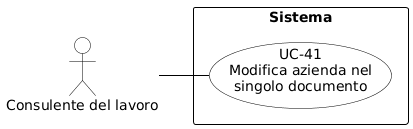
Earlier version of the PlantUML export RTB/Analisi dei Requisiti/diagrammi_use_case/UC-41.png (aLittleByte-19/Documentazione).
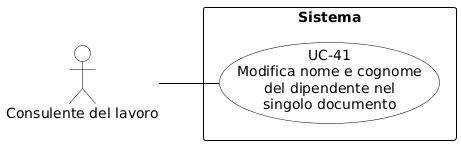
After the commit.

What changed in the source:
```diff
@@ -2,8 +2,6 @@
 skinparam shadowing false
 skinparam defaultFontName Arial
 left to right direction
-skinparam nodesep 15
-skinparam ranksep 50
 
 skinparam usecase {
     BackgroundColor white
@@ -19,11 +17,11 @@
     FontStyle bold
 }
 
-actor "Consulente del lavoro" as CL
+actor "Consulente del lavoro" as cdl
 
 rectangle "Sistema" {
-    usecase "UC-41\nModifica azienda nel\nsingolo documento" as UC41
+    usecase "UC-41\nModifica nome e cognome\ndel dipendente nel\nsingolo documento" as UC41
 }
 
-CL -- UC41
+cdl -- UC41
 @enduml
```
